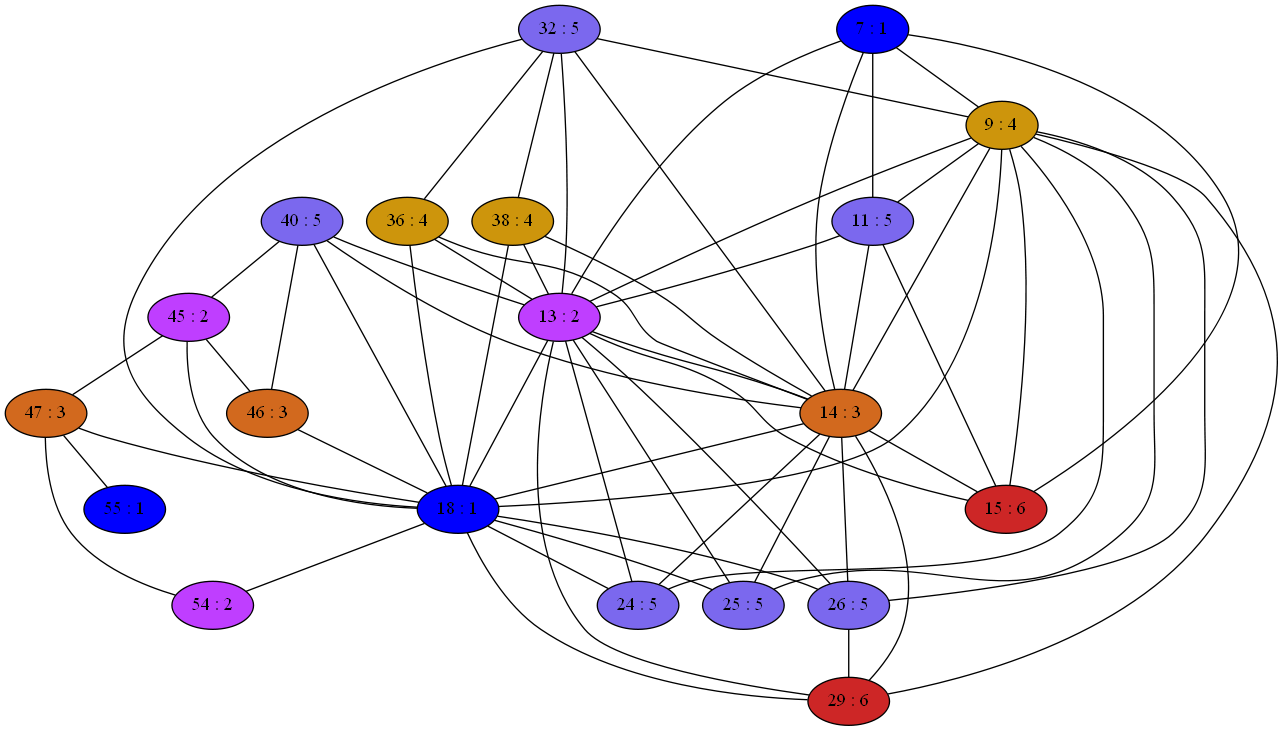
This is Compiler/0iGraph.png from mbajaj92/Project-Astoria, a Graphviz export, as it was before one commit. Its source is kept beside it as Compiler/0iGraph.dot.
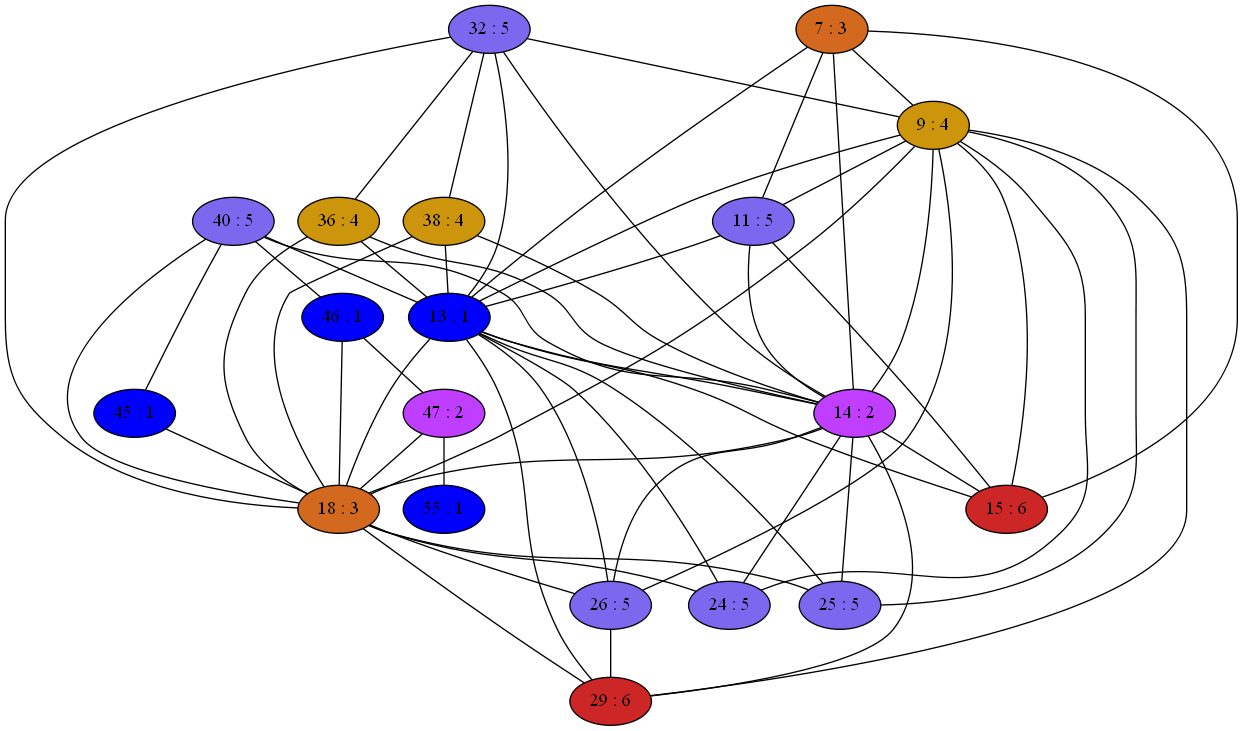
Later version of the same file.

Change to the diagram source:
```diff
@@ -16,7 +16,7 @@
 38 -- 18
 38 -- 13
 38 -- 14
-7[label="7 : 1" style=filled fillcolor="blue1"];
+7[label="7 : 3" style=filled fillcolor="chocolate"];
 7 -- 9
 7 -- 11
 7 -- 13
@@ -46,12 +46,10 @@
 11 -- 13
 11 -- 14
 11 -- 15
-45[label="45 : 2" style=filled fillcolor="darkorchid1"];
+45[label="45 : 1" style=filled fillcolor="blue1"];
 45 -- 18
 45 -- 40
-45 -- 46
-45 -- 47
-13[label="13 : 2" style=filled fillcolor="darkorchid1"];
+13[label="13 : 1" style=filled fillcolor="blue1"];
 13 -- 32
 13 -- 36
 13 -- 38
@@ -66,11 +64,11 @@
 13 -- 25
 13 -- 26
 13 -- 29
-46[label="46 : 3" style=filled fillcolor="chocolate"];
+46[label="46 : 1" style=filled fillcolor="blue1"];
 46 -- 18
 46 -- 40
-46 -- 45
-14[label="14 : 3" style=filled fillcolor="chocolate"];
+46 -- 47
+14[label="14 : 2" style=filled fillcolor="darkorchid1"];
 14 -- 32
 14 -- 36
 14 -- 38
@@ -85,18 +83,17 @@
 14 -- 25
 14 -- 26
 14 -- 29
-47[label="47 : 3" style=filled fillcolor="chocolate"];
+47[label="47 : 2" style=filled fillcolor="darkorchid1"];
 47 -- 18
-47 -- 54
 47 -- 55
-47 -- 45
+47 -- 46
 15[label="15 : 6" style=filled fillcolor="firebrick3"];
 15 -- 7
 15 -- 9
 15 -- 11
 15 -- 13
 15 -- 14
-18[label="18 : 1" style=filled fillcolor="blue1"];
+18[label="18 : 3" style=filled fillcolor="chocolate"];
 18 -- 32
 18 -- 36
 18 -- 38
@@ -107,14 +104,10 @@
 18 -- 46
 18 -- 14
 18 -- 47
-18 -- 54
 18 -- 24
 18 -- 25
 18 -- 26
 18 -- 29
-54[label="54 : 2" style=filled fillcolor="darkorchid1"];
-54 -- 18
-54 -- 47
 55[label="55 : 1" style=filled fillcolor="blue1"];
 55 -- 47
 24[label="24 : 5" style=filled fillcolor="mediumslateblue"];
```
